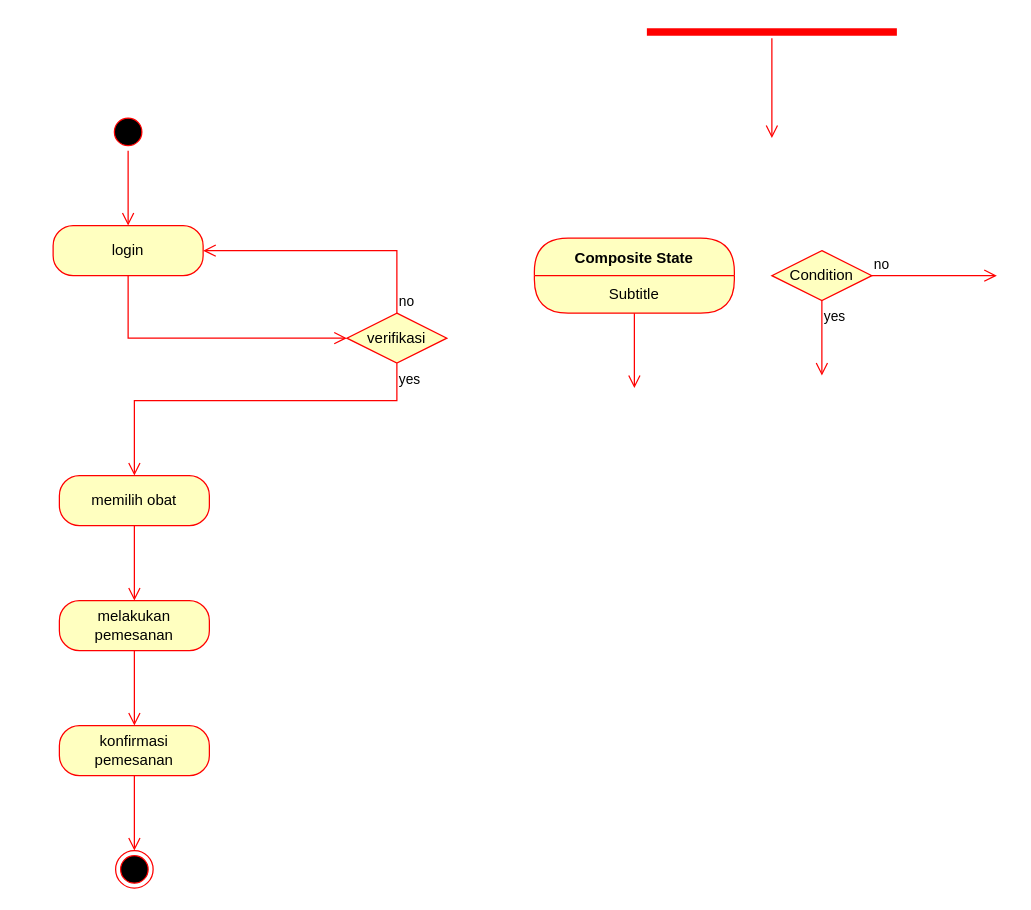
Earlier version of the draw.io diagram obat-erd.drawio (zaenal-abidin-syah/diagram). Source tidied: cells renumbered, new cells numbered last; positions are measured from the earlier drawing's top-left corner, leaving out a move shared by most shapes. Both pictures are drawn from the tidied source at 125%, with x=0, y=0 at pixel (52, 25).
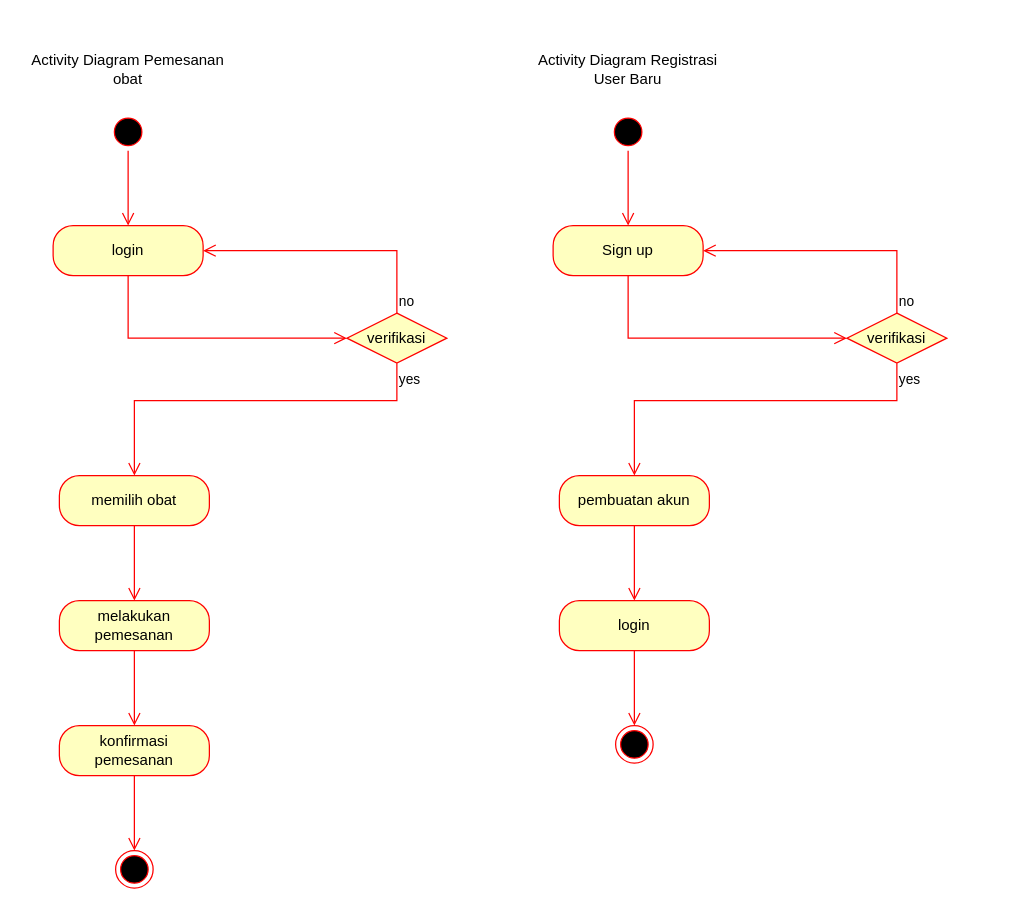
Above is the later version.

Diff of the diagram source:
```diff
@@
-    <mxCell id="6" value="Composite State" style="swimlane;fontStyle=1;align=center;verticalAlign=middle;horizontal=1;startSize=30;fontColor=#000000;rounded=1;arcSize=30;strokeColor=#ff0000;fillColor=#ffffc0;swimlaneFillColor=#ffffc0;" parent="1" vertex="1">
-      <mxGeometry x="385" y="170" width="160" height="60" as="geometry" />
-    </mxCell>
-    <mxCell id="7" value="Subtitle" style="text;html=1;strokeColor=none;fillColor=none;align=center;verticalAlign=middle;spacingLeft=4;spacingRight=4;whiteSpace=wrap;overflow=hidden;fontColor=#000000;" parent="6" vertex="1">
-      <mxGeometry y="30" width="160" height="30" as="geometry" />
-    </mxCell>
-    <mxCell id="8" style="edgeStyle=orthogonalEdgeStyle;html=1;verticalAlign=bottom;endArrow=open;endSize=8;strokeColor=#ff0000;rounded=0;" parent="1" edge="1" source="6">
-      <mxGeometry relative="1" as="geometry">
-        <mxPoint x="465" y="290" as="targetPoint" />
-      </mxGeometry>
-    </mxCell>
-    <mxCell id="9" value="Condition" style="rhombus;whiteSpace=wrap;html=1;fontColor=#000000;fillColor=#ffffc0;strokeColor=#ff0000;" parent="1" vertex="1">
-      <mxGeometry x="575" y="180" width="80" height="40" as="geometry" />
-    </mxCell>
-    <mxCell id="10" value="no" style="edgeStyle=orthogonalEdgeStyle;html=1;align=left;verticalAlign=bottom;endArrow=open;endSize=8;strokeColor=#ff0000;rounded=0;" parent="1" edge="1" source="9">
-      <mxGeometry x="-1" relative="1" as="geometry">
-        <mxPoint x="755" y="200" as="targetPoint" />
-      </mxGeometry>
-    </mxCell>
-    <mxCell id="11" value="yes" style="edgeStyle=orthogonalEdgeStyle;html=1;align=left;verticalAlign=top;endArrow=open;endSize=8;strokeColor=#ff0000;rounded=0;" parent="1" edge="1" source="9">
-      <mxGeometry x="-1" relative="1" as="geometry">
-        <mxPoint x="615" y="280" as="targetPoint" />
-      </mxGeometry>
-    </mxCell>
-    <mxCell id="12" style="shape=line;html=1;strokeWidth=6;strokeColor=#ff0000;" parent="1" vertex="1">
-      <mxGeometry x="475" width="200" height="10" as="geometry" />
-    </mxCell>
-    <mxCell id="13" style="edgeStyle=orthogonalEdgeStyle;html=1;verticalAlign=bottom;endArrow=open;endSize=8;strokeColor=#ff0000;rounded=0;" parent="1" edge="1" source="12">
-      <mxGeometry relative="1" as="geometry">
-        <mxPoint x="575" y="90" as="targetPoint" />
-      </mxGeometry>
-    </mxCell>
@@
+    <mxCell id="24" value="Activity Diagram Pemesanan obat" style="text;strokeColor=none;align=center;fillColor=none;html=1;verticalAlign=middle;whiteSpace=wrap;rounded=0;" parent="1" vertex="1">
+      <mxGeometry x="-25" y="20" width="170" height="30" as="geometry" />
+    </mxCell>
+    <mxCell id="25" style="ellipse;html=1;shape=startState;fillColor=#000000;strokeColor=#ff0000;" parent="1" vertex="1">
+      <mxGeometry x="445" y="70" width="30" height="30" as="geometry" />
+    </mxCell>
+    <mxCell id="26" style="edgeStyle=orthogonalEdgeStyle;html=1;verticalAlign=bottom;endArrow=open;endSize=8;strokeColor=#ff0000;rounded=0;" parent="1" edge="1" source="25">
+      <mxGeometry relative="1" as="geometry">
+        <mxPoint x="460" y="160" as="targetPoint" />
+      </mxGeometry>
+    </mxCell>
+    <mxCell id="27" value="login" style="rounded=1;whiteSpace=wrap;html=1;arcSize=40;fontColor=#000000;fillColor=#ffffc0;strokeColor=#ff0000;" parent="1" vertex="1">
+      <mxGeometry x="405" y="460" width="120" height="40" as="geometry" />
+    </mxCell>
+    <mxCell id="28" style="edgeStyle=orthogonalEdgeStyle;html=1;verticalAlign=bottom;endArrow=open;endSize=8;strokeColor=#ff0000;rounded=0;" parent="1" edge="1" source="27">
+      <mxGeometry relative="1" as="geometry">
+        <mxPoint x="465" y="560" as="targetPoint" />
+        <Array as="points">
+          <mxPoint x="465" y="550" />
+          <mxPoint x="465" y="550" />
+        </Array>
+      </mxGeometry>
+    </mxCell>
+    <mxCell id="29" value="Sign up" style="rounded=1;whiteSpace=wrap;html=1;arcSize=40;fontColor=#000000;fillColor=#ffffc0;strokeColor=#ff0000;" parent="1" vertex="1">
+      <mxGeometry x="400" y="160" width="120" height="40" as="geometry" />
+    </mxCell>
+    <mxCell id="30" style="edgeStyle=orthogonalEdgeStyle;html=1;verticalAlign=bottom;endArrow=open;endSize=8;strokeColor=#ff0000;rounded=0;entryX=0;entryY=0.5;entryDx=0;entryDy=0;" parent="1" edge="1" source="29" target="31">
+      <mxGeometry relative="1" as="geometry">
+        <Array as="points">
+          <mxPoint x="460" y="250" />
+        </Array>
+      </mxGeometry>
+    </mxCell>
+    <mxCell id="31" value="verifikasi" style="rhombus;whiteSpace=wrap;html=1;fontColor=#000000;fillColor=#ffffc0;strokeColor=#ff0000;" parent="1" vertex="1">
+      <mxGeometry x="635" y="230" width="80" height="40" as="geometry" />
+    </mxCell>
+    <mxCell id="10" value="no" style="edgeStyle=orthogonalEdgeStyle;html=1;align=left;verticalAlign=bottom;endArrow=open;endSize=8;strokeColor=#ff0000;rounded=0;entryX=1;entryY=0.5;entryDx=0;entryDy=0;exitX=0.5;exitY=0;exitDx=0;exitDy=0;" parent="1" edge="1" source="31" target="29">
+      <mxGeometry x="-1" relative="1" as="geometry" />
+    </mxCell>
+    <mxCell id="11" value="yes" style="edgeStyle=orthogonalEdgeStyle;html=1;align=left;verticalAlign=top;endArrow=open;endSize=8;strokeColor=#ff0000;rounded=0;" parent="1" edge="1" source="31">
+      <mxGeometry x="-1" relative="1" as="geometry">
+        <mxPoint x="465" y="360" as="targetPoint" />
+        <Array as="points">
+          <mxPoint x="675" y="300" />
+        </Array>
+      </mxGeometry>
+    </mxCell>
+    <mxCell id="32" style="ellipse;html=1;shape=endState;fillColor=#000000;strokeColor=#ff0000;" parent="1" vertex="1">
+      <mxGeometry x="450" y="560" width="30" height="30" as="geometry" />
+    </mxCell>
+    <mxCell id="33" value="Activity Diagram Registrasi User Baru" style="text;strokeColor=none;align=center;fillColor=none;html=1;verticalAlign=middle;whiteSpace=wrap;rounded=0;" parent="1" vertex="1">
+      <mxGeometry x="375" y="20" width="170" height="30" as="geometry" />
+    </mxCell>
+    <mxCell id="34" value="pembuatan akun" style="rounded=1;whiteSpace=wrap;html=1;arcSize=40;fontColor=#000000;fillColor=#ffffc0;strokeColor=#ff0000;" parent="1" vertex="1">
+      <mxGeometry x="405" y="360" width="120" height="40" as="geometry" />
+    </mxCell>
+    <mxCell id="35" style="edgeStyle=orthogonalEdgeStyle;html=1;verticalAlign=bottom;endArrow=open;endSize=8;strokeColor=#ff0000;rounded=0;" parent="1" edge="1" source="34">
+      <mxGeometry relative="1" as="geometry">
+        <mxPoint x="465" y="460" as="targetPoint" />
+        <Array as="points">
+          <mxPoint x="465" y="450" />
+          <mxPoint x="465" y="450" />
+        </Array>
+      </mxGeometry>
+    </mxCell>
```
